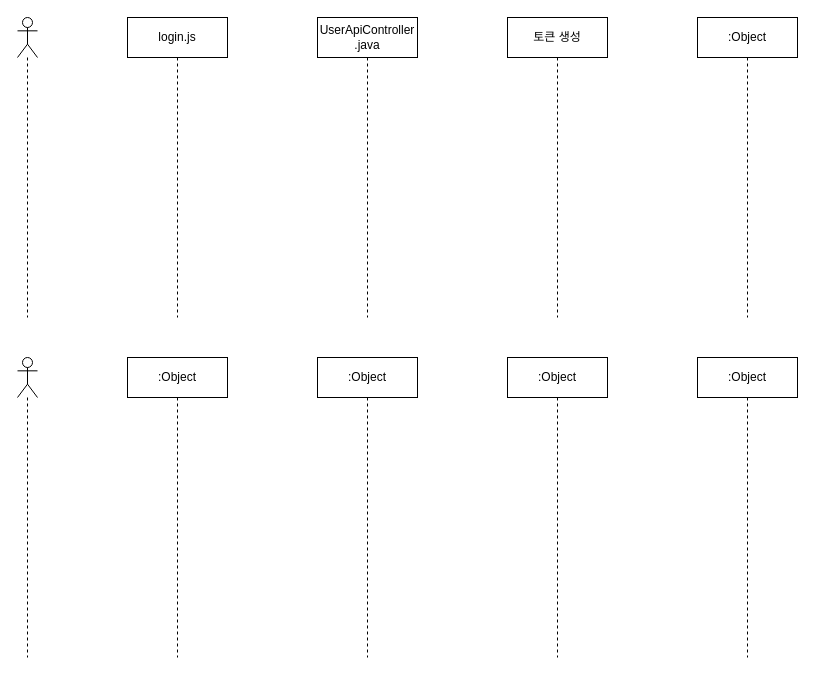
xxxx-jeung/diddenUml keeps this draw.io diagram as Untitled Diagram.drawio. Above is the earlier version. Source tidied: cells renumbered, new cells numbered last; positions are measured from the earlier drawing's top-left corner, leaving out a move shared by most shapes. Both pictures are drawn from the tidied source at 100%, with x=0, y=0 at pixel (17, 17).
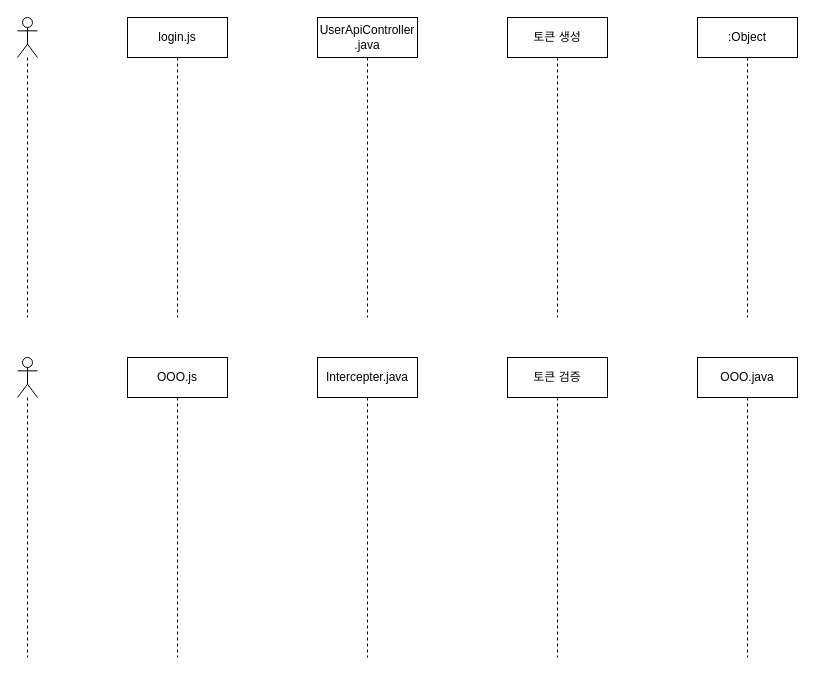
The same diagram, later.

Diff of the diagram source:
```diff
@@
 <mxGraphModel>
   <root>
     <mxCell id="0" />
     <mxCell id="1" parent="0" />
     <mxCell id="2" style="shape=umlLifeline;participant=umlActor;perimeter=lifelinePerimeter;whiteSpace=wrap;html=1;verticalAlign=top;spacingTop=36;" parent="1" vertex="1">
       <mxGeometry width="20" height="300" as="geometry" />
     </mxCell>
     <mxCell id="3" value="login.js" style="shape=umlLifeline;perimeter=lifelinePerimeter;whiteSpace=wrap;html=1;" parent="1" vertex="1">
       <mxGeometry x="110" width="100" height="300" as="geometry" />
     </mxCell>
     <mxCell id="4" value="UserApiController&lt;br&gt;.java" style="shape=umlLifeline;perimeter=lifelinePerimeter;whiteSpace=wrap;html=1;" parent="1" vertex="1">
       <mxGeometry x="300" width="100" height="300" as="geometry" />
     </mxCell>
     <mxCell id="5" value="토큰 생성" style="shape=umlLifeline;perimeter=lifelinePerimeter;whiteSpace=wrap;html=1;" parent="1" vertex="1">
       <mxGeometry x="490" width="100" height="300" as="geometry" />
     </mxCell>
     <mxCell id="6" value=":Object" style="shape=umlLifeline;perimeter=lifelinePerimeter;whiteSpace=wrap;html=1;" parent="1" vertex="1">
       <mxGeometry x="680" width="100" height="300" as="geometry" />
     </mxCell>
     <mxCell id="7" style="shape=umlLifeline;participant=umlActor;perimeter=lifelinePerimeter;whiteSpace=wrap;html=1;verticalAlign=top;spacingTop=36;" parent="1" vertex="1">
       <mxGeometry y="340" width="20" height="300" as="geometry" />
     </mxCell>
-    <mxCell id="8" value=":Object" style="shape=umlLifeline;perimeter=lifelinePerimeter;whiteSpace=wrap;html=1;" parent="1" vertex="1">
+    <mxCell id="8" value="OOO.js" style="shape=umlLifeline;perimeter=lifelinePerimeter;whiteSpace=wrap;html=1;" parent="1" vertex="1">
       <mxGeometry x="110" y="340" width="100" height="300" as="geometry" />
     </mxCell>
-    <mxCell id="9" value=":Object" style="shape=umlLifeline;perimeter=lifelinePerimeter;whiteSpace=wrap;html=1;" parent="1" vertex="1">
+    <mxCell id="9" value="Intercepter.java" style="shape=umlLifeline;perimeter=lifelinePerimeter;whiteSpace=wrap;html=1;" parent="1" vertex="1">
       <mxGeometry x="300" y="340" width="100" height="300" as="geometry" />
     </mxCell>
-    <mxCell id="10" value=":Object" style="shape=umlLifeline;perimeter=lifelinePerimeter;whiteSpace=wrap;html=1;" parent="1" vertex="1">
+    <mxCell id="10" value="토큰 검증" style="shape=umlLifeline;perimeter=lifelinePerimeter;whiteSpace=wrap;html=1;" parent="1" vertex="1">
       <mxGeometry x="490" y="340" width="100" height="300" as="geometry" />
     </mxCell>
-    <mxCell id="11" value=":Object" style="shape=umlLifeline;perimeter=lifelinePerimeter;whiteSpace=wrap;html=1;" parent="1" vertex="1">
+    <mxCell id="11" value="OOO.java" style="shape=umlLifeline;perimeter=lifelinePerimeter;whiteSpace=wrap;html=1;" parent="1" vertex="1">
       <mxGeometry x="680" y="340" width="100" height="300" as="geometry" />
     </mxCell>
   </root>
 </mxGraphModel>
```
